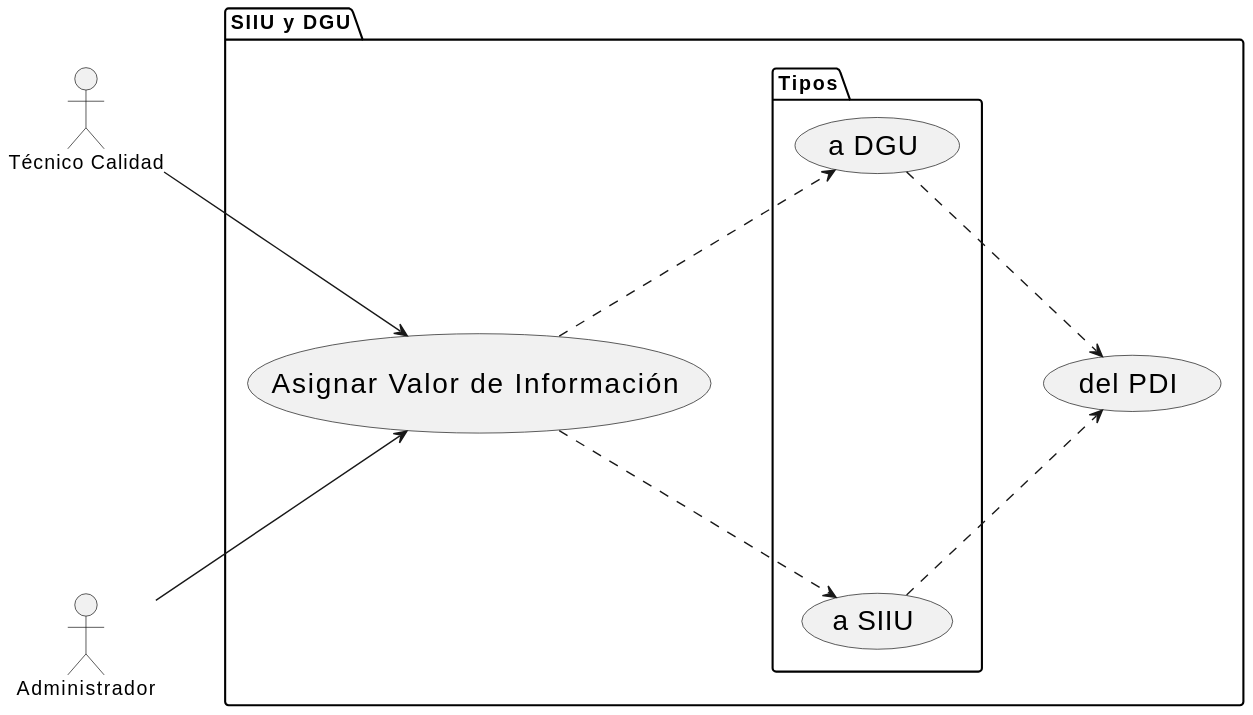
This is images/modelosUML/CdU/Individuales/AsignarSIIUyDGU.svg from mmasias/24-25-IdSw1-SDR, a PlantUML export, as it was before one commit.
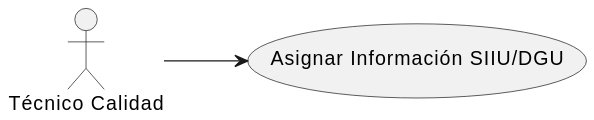
After the change.

What changed in the source:
```diff
@@ -1,32 +1,9 @@
 @startuml
 left to right direction
 
-skinparam usecase {
-    FontSize 20
-}
+actor "Técnico Calidad" as tec
 
-skinparam nodesep 300
-
-actor "Técnico Calidad" as tec
-actor "Administrador" as admin
-
-package "SIIU y DGU" as SIIUyDGUPackage {
-    usecase "Asignar Valor de Información" as asignarValor
-
-    package "Tipos" {
-        usecase "a SIIU" as SIIU
-        usecase "a DGU" as DGU
-    }
-
-    usecase "del PDI" as PDI
-
-}
-
-asignarValor ..> SIIU
-asignarValor ..> DGU
-SIIU ..> PDI
-DGU ..> PDI
+usecase "Asignar Información SIIU/DGU" as asignarValor
 
 tec --> asignarValor
-admin --> asignarValor
 @enduml
```
